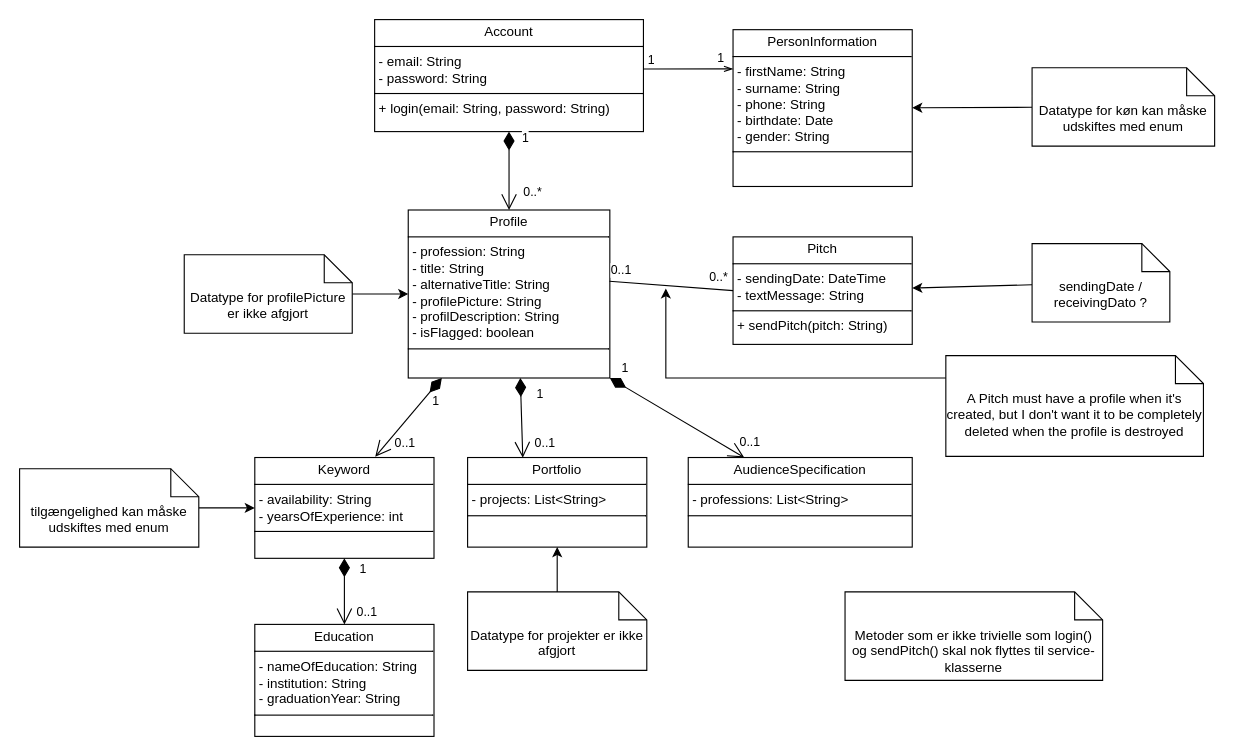
This is Dokumenter/Bilag/1. Forundersøgelse/Design klassediagram - EN.drawio from erikato-git/Hovedopgaven_LinkUp, a draw.io file, before an edit. Source tidied: cells renumbered, new cells numbered last; positions are measured from the earlier drawing's top-left corner, leaving out a move shared by most shapes. Both pictures are drawn from the tidied source at 112%, with x=0, y=0 at pixel (19, 19).
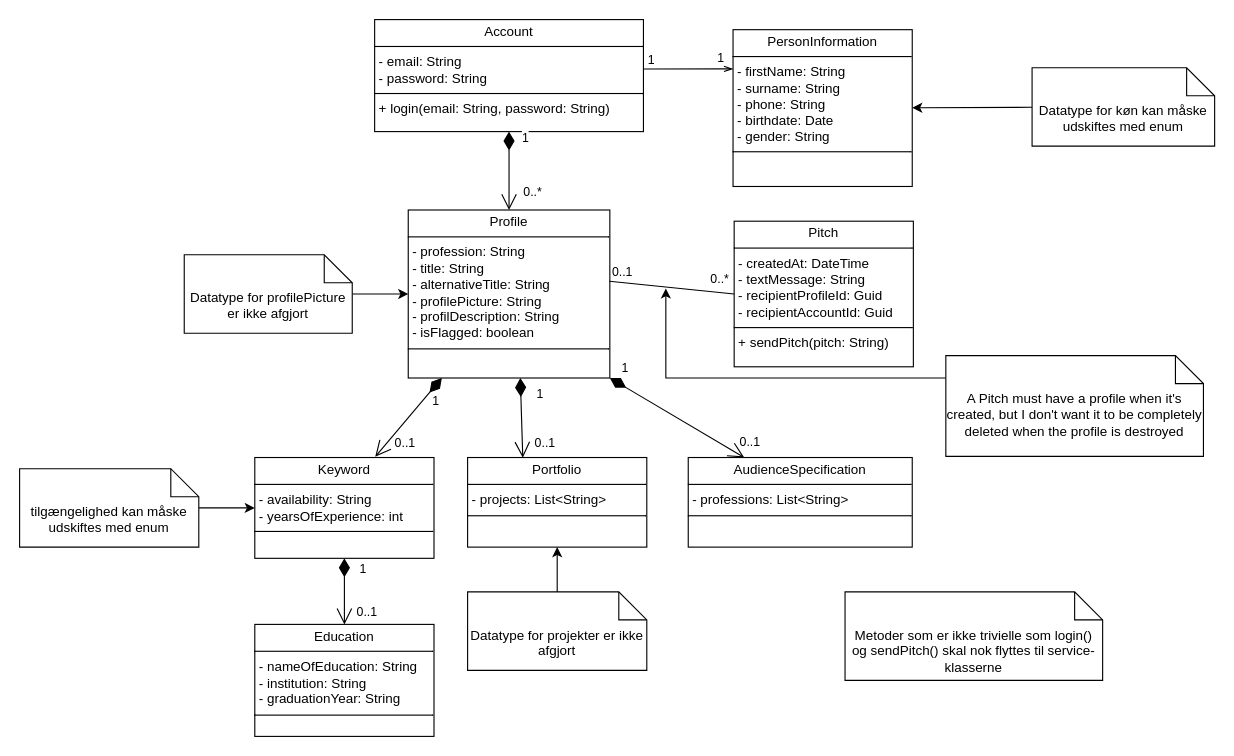
The same diagram, later.

Commit message (it also covers changes not shown here):
Sequence diagrams 90% done. AccountService, AccountServiceHelper, AccountRepository 85%

The edit, as a diff of the source:
```diff
@@
-    <mxCell id="14" value="&lt;p style=&quot;margin:0px;margin-top:4px;text-align:center;&quot;&gt;Pitch&lt;/p&gt;&lt;hr size=&quot;1&quot; style=&quot;border-style:solid;&quot;&gt;&lt;p style=&quot;margin:0px;margin-left:4px;&quot;&gt;- sendingDate: DateTime&lt;br&gt;&lt;/p&gt;&lt;p style=&quot;margin:0px;margin-left:4px;&quot;&gt;- textMessage: String&lt;/p&gt;&lt;hr size=&quot;1&quot; style=&quot;border-style:solid;&quot;&gt;&lt;p style=&quot;margin:0px;margin-left:4px;&quot;&gt;+ sendPitch(pitch: String)&lt;/p&gt;" style="verticalAlign=top;align=left;overflow=fill;html=1;whiteSpace=wrap;" parent="1" vertex="1">
-      <mxGeometry x="637" y="194" width="160" height="96" as="geometry" />
+    <mxCell id="14" value="&lt;p style=&quot;margin:0px;margin-top:4px;text-align:center;&quot;&gt;Pitch&lt;/p&gt;&lt;hr size=&quot;1&quot; style=&quot;border-style:solid;&quot;&gt;&lt;p style=&quot;margin:0px;margin-left:4px;&quot;&gt;- createdAt: DateTime&lt;br&gt;&lt;/p&gt;&lt;p style=&quot;margin:0px;margin-left:4px;&quot;&gt;- textMessage: String&lt;/p&gt;&lt;p style=&quot;margin:0px;margin-left:4px;&quot;&gt;- recipientProfileId: Guid&lt;/p&gt;&lt;p style=&quot;margin:0px;margin-left:4px;&quot;&gt;- recipientAccountId: Guid&lt;/p&gt;&lt;hr size=&quot;1&quot; style=&quot;border-style:solid;&quot;&gt;&lt;p style=&quot;margin:0px;margin-left:4px;&quot;&gt;+ sendPitch(pitch: String)&lt;/p&gt;" style="verticalAlign=top;align=left;overflow=fill;html=1;whiteSpace=wrap;" parent="1" vertex="1">
+      <mxGeometry x="638" y="180" width="160" height="130" as="geometry" />
     </mxCell>
-    <mxCell id="15" style="rounded=0;jettySize=auto;html=1;" parent="1" edge="1" source="16" target="14">
-      <mxGeometry relative="1" as="geometry" />
-    </mxCell>
-    <mxCell id="16" value="sendingDate / receivingDato ?" style="shape=note2;boundedLbl=1;whiteSpace=wrap;html=1;size=25;verticalAlign=top;align=center;" parent="1" vertex="1">
-      <mxGeometry x="904" y="200" width="123" height="70" as="geometry" />
-    </mxCell>
```
